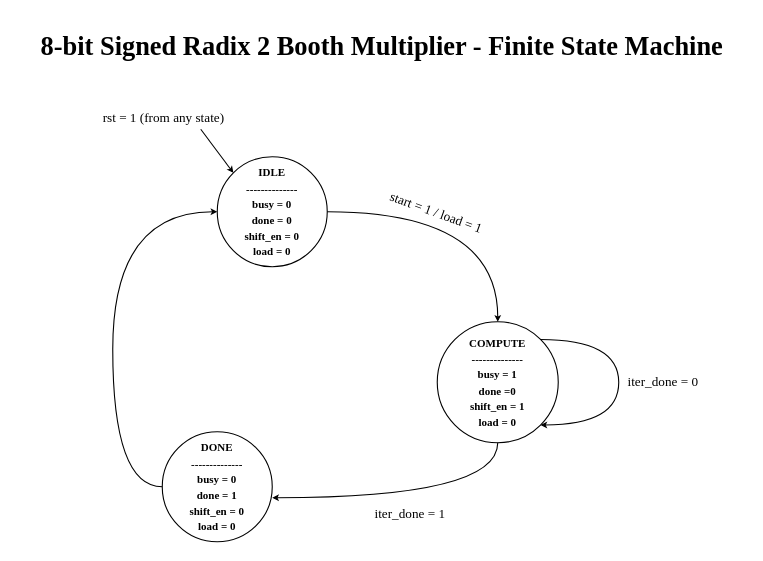
Earlier version of the draw.io diagram page "FSM" (2 of 3) of radix2-booth-multiplier/docs/booth_algorithm.drawio (AbdurRahman020/MEDS). Source tidied: cells renumbered, new cells numbered last; positions are measured from the earlier drawing's top-left corner, leaving out a move shared by most shapes. Both pictures are drawn from the tidied source at 110%, with x=0, y=0 at pixel (19, 19).
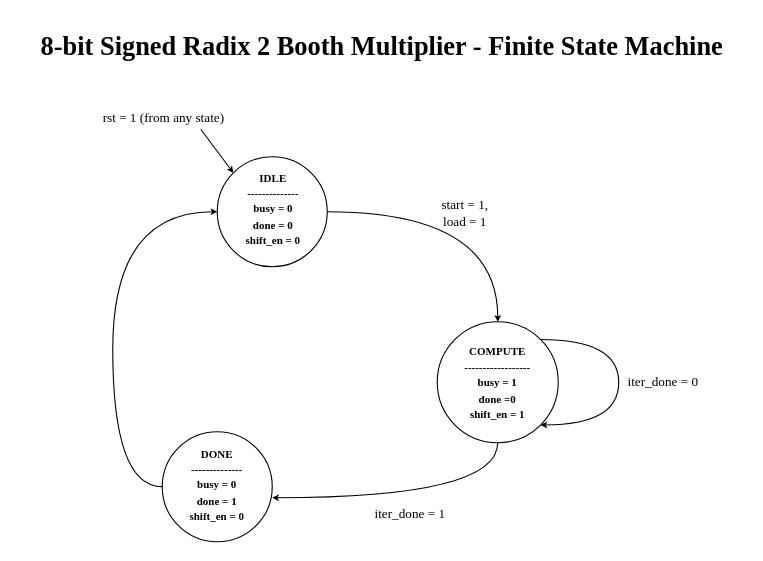
After the change.

The change refers to these unchanged cells:
```xml
<mxCell id="7" style="endArrow=classic;html=1;rounded=0;exitX=1;exitY=0.5;exitDx=0;exitDy=0;entryX=0.5;entryY=0;entryDx=0;entryDy=0;edgeStyle=orthogonalEdgeStyle;curved=1;endSize=3;fontFamily=Times New Roman;fontSize=12;" parent="1" edge="1" source="2" target="3">
  <mxGeometry relative="1" as="geometry" />
</mxCell>
```

What changed in the source:
```diff
@@
-    <mxCell id="2" value="&lt;font style=&quot;font-size: 10px;&quot;&gt;IDLE&lt;br&gt;--------------&lt;/font&gt;&lt;div&gt;&lt;font style=&quot;font-size: 10px;&quot;&gt;busy = 0&lt;br&gt;done = 0&lt;br&gt;shift_en = 0&lt;br&gt;load = 0&lt;/font&gt;&lt;/div&gt;" style="ellipse;whiteSpace=wrap;html=1;fontFamily=Times New Roman;fontSize=12;labelBackgroundColor=none;labelBorderColor=none;textShadow=0;convertToSvg=1;svgWhiteSpace=wrap;spacing=3;fontStyle=1;" parent="1" vertex="1">
+    <mxCell id="2" value="&lt;font style=&quot;font-size: 10px;&quot;&gt;IDLE&lt;br&gt;--------------&lt;/font&gt;&lt;div&gt;&lt;font style=&quot;font-size: 10px;&quot;&gt;busy = 0&lt;br&gt;done = 0&lt;br&gt;shift_en = 0&lt;/font&gt;&lt;/div&gt;" style="ellipse;whiteSpace=wrap;html=1;fontFamily=Times New Roman;fontSize=12;labelBackgroundColor=none;labelBorderColor=none;textShadow=0;convertToSvg=1;svgWhiteSpace=wrap;spacing=3;fontStyle=1;spacingTop=-7;spacingRight=-2;" parent="1" vertex="1">
       <mxGeometry x="180" y="125" width="100" height="100" as="geometry" />
     </mxCell>
-    <mxCell id="3" value="&lt;font style=&quot;font-size: 10px;&quot;&gt;&lt;b&gt;COMPUTE&lt;br&gt;--------------&lt;br&gt;busy = 1&lt;br&gt;done =0&lt;br&gt;shift_en = 1&lt;br&gt;load = 0&lt;/b&gt;&lt;/font&gt;" style="ellipse;whiteSpace=wrap;html=1;fontFamily=Times New Roman;fontSize=12;convertToSvg=0;svgWhiteSpace=wrap;" parent="1" vertex="1">
+    <mxCell id="3" value="&lt;font style=&quot;font-size: 10px;&quot;&gt;&lt;b&gt;COMPUTE&lt;br&gt;------------------&lt;br&gt;busy = 1&lt;br&gt;done =0&lt;br&gt;shift_en = 1&lt;br&gt;&lt;/b&gt;&lt;/font&gt;" style="ellipse;whiteSpace=wrap;html=1;fontFamily=Times New Roman;fontSize=12;convertToSvg=0;svgWhiteSpace=wrap;spacingBottom=0;spacingTop=-1;spacing=2;" parent="1" vertex="1">
       <mxGeometry x="380" y="275" width="110" height="110" as="geometry" />
     </mxCell>
-    <mxCell id="4" value="&lt;font style=&quot;font-size: 10px;&quot;&gt;&lt;b&gt;DONE&lt;br&gt;--------------&lt;br&gt;busy = 0&lt;br&gt;done = 1&lt;br&gt;shift_en = 0&lt;br&gt;load = 0&lt;/b&gt;&lt;/font&gt;" style="ellipse;whiteSpace=wrap;html=1;fontFamily=Times New Roman;fontSize=12;" parent="1" vertex="1">
+    <mxCell id="4" value="&lt;font style=&quot;font-size: 10px;&quot;&gt;&lt;b&gt;DONE&lt;br&gt;--------------&lt;br&gt;busy = 0&lt;br&gt;done = 1&lt;br&gt;shift_en = 0&lt;br&gt;&lt;/b&gt;&lt;/font&gt;" style="ellipse;whiteSpace=wrap;html=1;fontFamily=Times New Roman;fontSize=12;align=center;verticalAlign=middle;spacingBottom=2;spacingTop=-2;" parent="1" vertex="1">
       <mxGeometry x="130" y="375" width="100" height="100" as="geometry" />
     </mxCell>
@@
-    <mxCell id="8" value="&lt;font&gt;start = 1 / load = 1&lt;/font&gt;" style="edgeLabel;html=1;align=center;verticalAlign=middle;rotation=20;fontFamily=Times New Roman;fontSize=12;" parent="7" vertex="1">
+    <mxCell id="8" value="&lt;font&gt;start = 1,&lt;br&gt;load = 1&lt;/font&gt;" style="edgeLabel;html=1;align=center;verticalAlign=middle;rotation=0;fontFamily=Times New Roman;fontSize=12;" parent="7" vertex="1">
       <mxGeometry x="-0.3" y="-13" relative="1" as="geometry">
-        <mxPoint x="10" y="-13" as="offset" />
+        <mxPoint x="35" y="-13" as="offset" />
       </mxGeometry>
     </mxCell>
```
